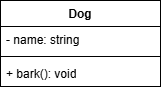
This is UML_Diagrams/dog.png from TerenceCLZhang/oop-and-design-patterns, a draw.io export, as it was before one commit. Source tidied: cells renumbered, new cells last; positions are measured from the earlier drawing's top-left corner, leaving out a move shared by most shapes. Source of this version:
```xml
<mxGraphModel>
  <root>
    <mxCell id="0" />
    <mxCell id="1" parent="0" />
    <mxCell id="2" value="Dog" style="swimlane;fontStyle=1;align=center;verticalAlign=top;horizontal=1;startSize=26;whiteSpace=wrap;html=1;" parent="1" vertex="1">
      <mxGeometry width="160" height="86" as="geometry" />
    </mxCell>
    <mxCell id="3" value="- name: string" style="text;strokeColor=none;fillColor=none;align=left;verticalAlign=top;spacingLeft=4;spacingRight=4;overflow=hidden;whiteSpace=wrap;html=1;" parent="2" vertex="1">
      <mxGeometry y="26" width="160" height="26" as="geometry" />
    </mxCell>
    <mxCell id="4" style="line;strokeWidth=1;fillColor=none;align=left;verticalAlign=middle;spacingTop=-1;spacingLeft=3;spacingRight=3;labelPosition=right;strokeColor=inherit;" parent="2" vertex="1">
      <mxGeometry y="52" width="160" height="8" as="geometry" />
    </mxCell>
    <mxCell id="5" value="+ bark(): void" style="text;strokeColor=none;fillColor=none;align=left;verticalAlign=top;spacingLeft=4;spacingRight=4;overflow=hidden;whiteSpace=wrap;html=1;" parent="2" vertex="1">
      <mxGeometry y="60" width="160" height="26" as="geometry" />
    </mxCell>
  </root>
</mxGraphModel>
```
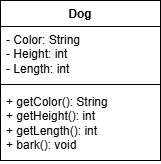
Later version of the same file.

Diff of the diagram source:
```diff
@@ -3,16 +3,16 @@
     <mxCell id="0" />
     <mxCell id="1" parent="0" />
     <mxCell id="2" value="Dog" style="swimlane;fontStyle=1;align=center;verticalAlign=top;horizontal=1;startSize=26;whiteSpace=wrap;html=1;" parent="1" vertex="1">
-      <mxGeometry width="160" height="86" as="geometry" />
+      <mxGeometry width="160" height="160" as="geometry" />
     </mxCell>
-    <mxCell id="3" value="- name: string" style="text;strokeColor=none;fillColor=none;align=left;verticalAlign=top;spacingLeft=4;spacingRight=4;overflow=hidden;whiteSpace=wrap;html=1;" parent="2" vertex="1">
-      <mxGeometry y="26" width="160" height="26" as="geometry" />
-    </mxCell>
-    <mxCell id="4" style="line;strokeWidth=1;fillColor=none;align=left;verticalAlign=middle;spacingTop=-1;spacingLeft=3;spacingRight=3;labelPosition=right;strokeColor=inherit;" parent="2" vertex="1">
-      <mxGeometry y="52" width="160" height="8" as="geometry" />
-    </mxCell>
-    <mxCell id="5" value="+ bark(): void" style="text;strokeColor=none;fillColor=none;align=left;verticalAlign=top;spacingLeft=4;spacingRight=4;overflow=hidden;whiteSpace=wrap;html=1;" parent="2" vertex="1">
-      <mxGeometry y="60" width="160" height="26" as="geometry" />
-    </mxCell>
+    <mxCell id="6" value="- Color: String&lt;div&gt;- Height: int&lt;/div&gt;&lt;div&gt;- Length: int&lt;/div&gt;&lt;div&gt;&lt;br&gt;&lt;/div&gt;" style="text;strokeColor=none;fillColor=none;align=left;verticalAlign=top;spacingLeft=4;spacingRight=4;overflow=hidden;whiteSpace=wrap;html=1;" parent="2" vertex="1">
+      <mxGeometry y="26" width="160" height="54" as="geometry" />
+    </mxCell>
+    <mxCell id="7" style="line;strokeWidth=1;fillColor=none;align=left;verticalAlign=middle;spacingTop=-1;spacingLeft=3;spacingRight=3;labelPosition=right;strokeColor=inherit;" parent="2" vertex="1">
+      <mxGeometry y="80" width="160" height="8" as="geometry" />
+    </mxCell>
+    <mxCell id="8" value="+ getColor(): String&lt;div&gt;+ getHeight(): int&lt;/div&gt;&lt;div&gt;+ getLength(): int&lt;/div&gt;&lt;div&gt;+ bark(): void&lt;/div&gt;" style="text;strokeColor=none;fillColor=none;align=left;verticalAlign=top;spacingLeft=4;spacingRight=4;overflow=hidden;whiteSpace=wrap;html=1;" parent="2" vertex="1">
+      <mxGeometry y="88" width="160" height="72" as="geometry" />
+    </mxCell>
   </root>
 </mxGraphModel>
```
